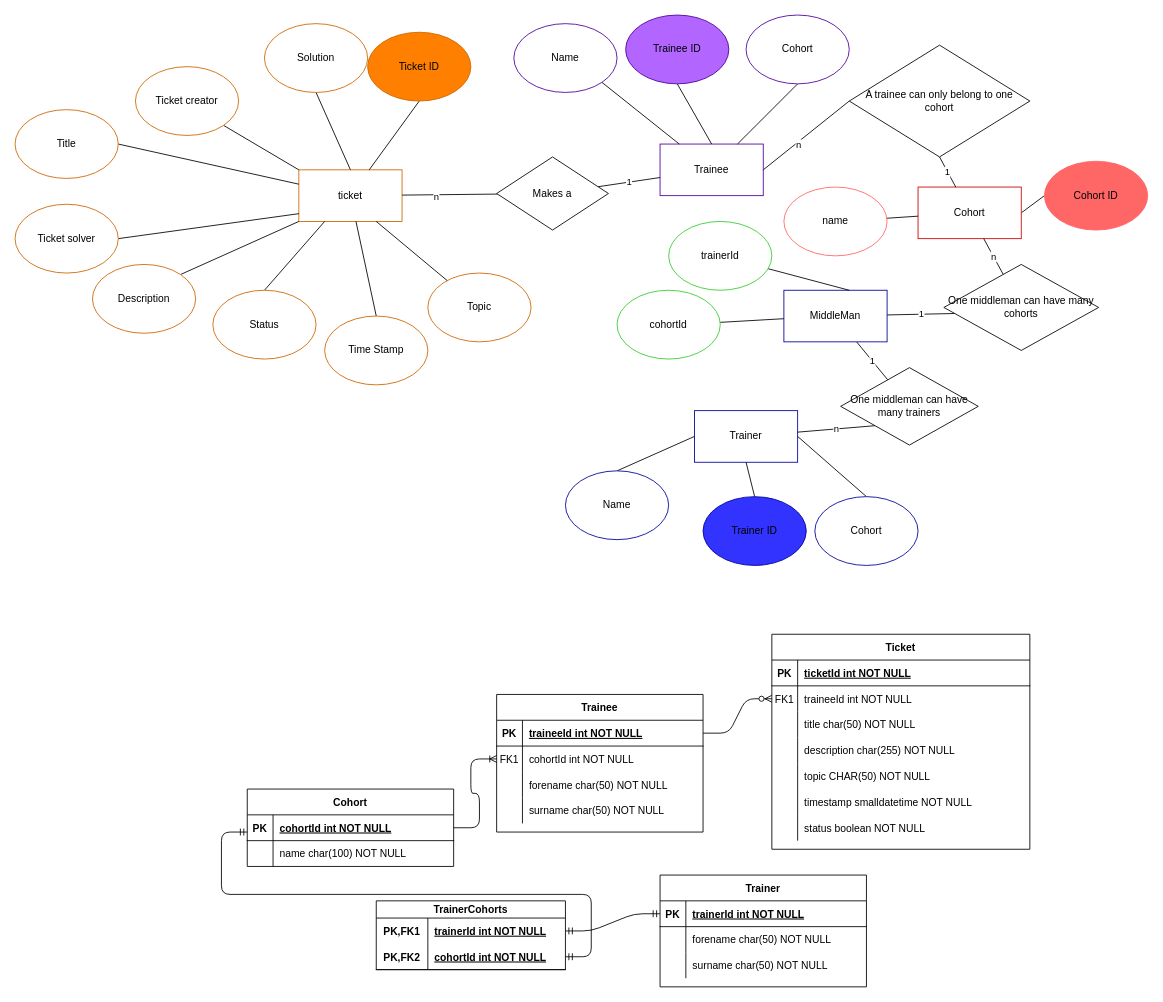
jake4327/Final_Project keeps this draw.io diagram as page "EER" (3 of 4) of Final_project.drawio. Above is the earlier version. Source tidied: cells renumbered, new cells numbered last; positions are measured from the earlier drawing's top-left corner, leaving out a move shared by most shapes. Both pictures are drawn from the tidied source at 86%, with x=0, y=0 at pixel (15, 15).
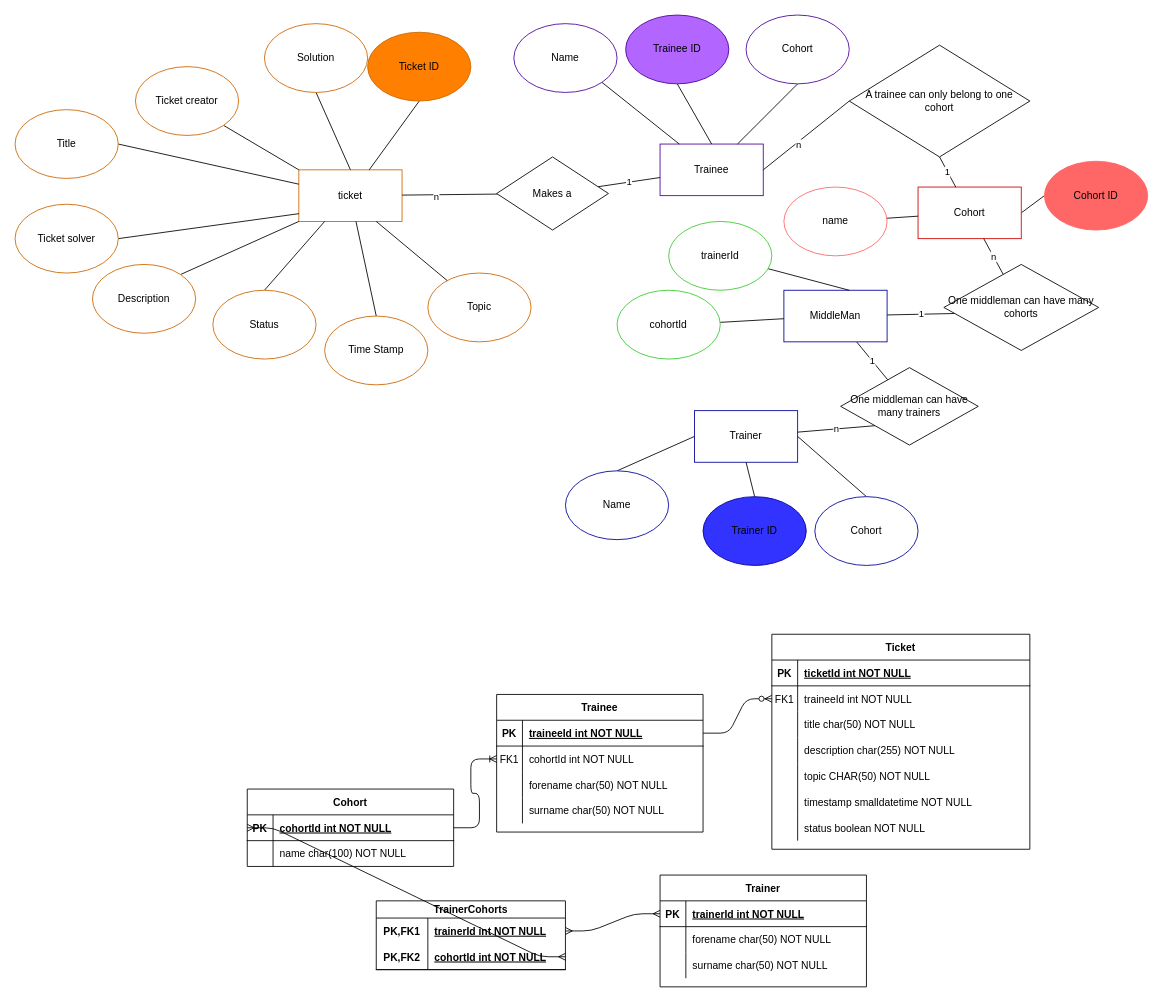
The same page after the edit.

Unchanged cells that the change refers to:
```xml
<mxCell id="64" style="shape=partialRectangle;fillColor=none;top=0;left=0;bottom=0;right=0;points=[[0,0.5],[1,0.5]];portConstraint=eastwest;" parent="63" vertex="1">
  <mxGeometry y="20" width="220" height="30" as="geometry" />
</mxCell>
<mxCell id="67" style="shape=partialRectangle;fillColor=none;top=0;left=0;bottom=1;right=0;points=[[0,0.5],[1,0.5]];portConstraint=eastwest;" parent="63" vertex="1">
  <mxGeometry y="50" width="220" height="30" as="geometry" />
</mxCell>
<mxCell id="71" style="shape=partialRectangle;fillColor=none;top=0;left=0;bottom=1;right=0;points=[[0,0.5],[1,0.5]];portConstraint=eastwest;" parent="70" vertex="1">
  <mxGeometry y="30" width="240" height="30" as="geometry" />
</mxCell>
<mxCell id="113" style="shape=partialRectangle;fillColor=none;top=0;left=0;bottom=1;right=0;points=[[0,0.5],[1,0.5]];portConstraint=eastwest;" parent="112" vertex="1">
  <mxGeometry y="30" width="240" height="30" as="geometry" />
</mxCell>
```

Diff of the diagram source:
```diff
@@
-    <mxCell id="61" style="edgeStyle=entityRelationEdgeStyle;fontSize=12;html=1;endArrow=ERmandOne;startArrow=ERmandOne;exitX=1;exitY=0.5;exitDx=0;exitDy=0;entryX=0;entryY=0.5;entryDx=0;entryDy=0;" parent="1" edge="1" source="64" target="113">
-      <mxGeometry relative="1" as="geometry" />
-    </mxCell>
-    <mxCell id="62" style="edgeStyle=entityRelationEdgeStyle;fontSize=12;html=1;endArrow=ERmandOne;startArrow=ERmandOne;exitX=1;exitY=0.5;exitDx=0;exitDy=0;" parent="1" edge="1" source="67">
-      <mxGeometry relative="1" as="geometry">
-        <mxPoint x="270" y="950" as="targetPoint" />
-      </mxGeometry>
-    </mxCell>
@@
+    <mxCell id="61" style="edgeStyle=entityRelationEdgeStyle;fontSize=12;html=1;endArrow=ERmany;startArrow=ERmany;exitX=1;exitY=0.5;exitDx=0;exitDy=0;entryX=0;entryY=0.5;entryDx=0;entryDy=0;" parent="1" edge="1" source="64" target="113">
+      <mxGeometry relative="1" as="geometry" />
+    </mxCell>
+    <mxCell id="122" style="edgeStyle=entityRelationEdgeStyle;fontSize=12;html=1;endArrow=ERmany;startArrow=ERmany;exitX=0;exitY=0.5;exitDx=0;exitDy=0;entryX=1;entryY=0.5;entryDx=0;entryDy=0;" parent="1" edge="1" source="71" target="67">
+      <mxGeometry relative="1" as="geometry" />
+    </mxCell>
```
